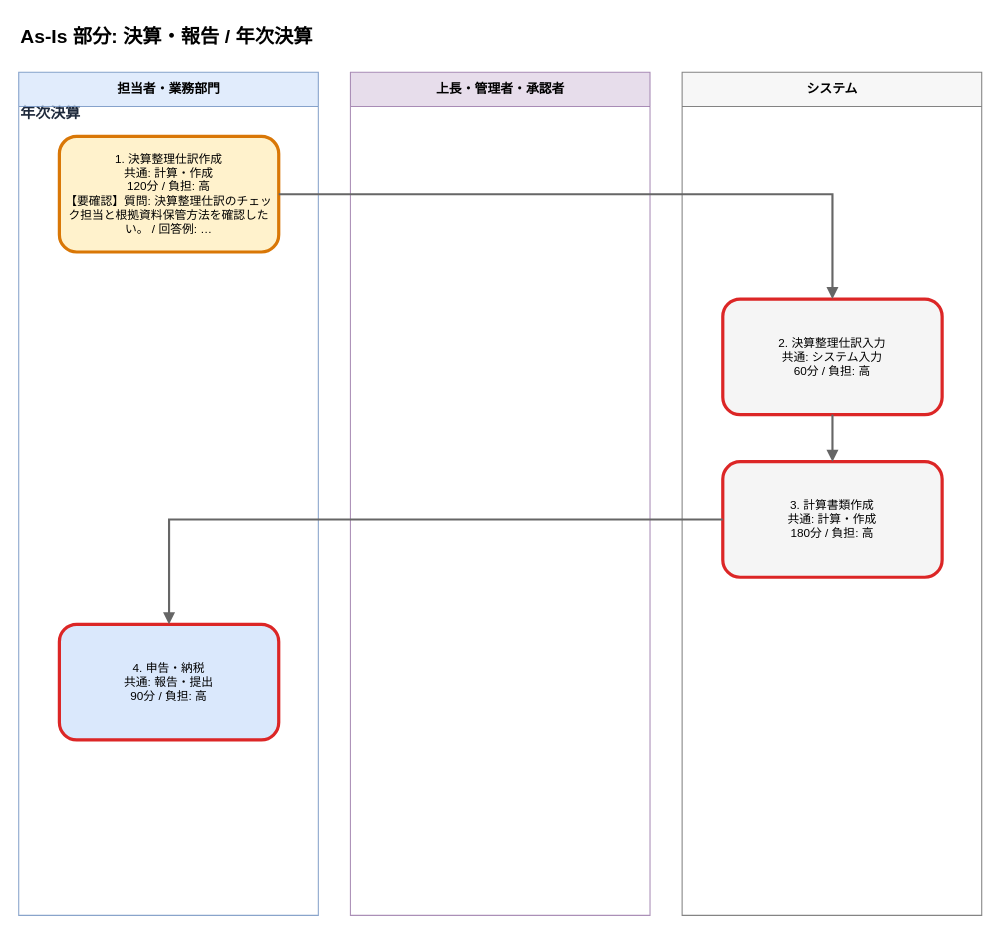
The draw.io diagram output/flows/asis_決算_報告__年次決算_20260608.drawio in Toshiki811/ai-business-analysis-heatmap, before the edit. Source tidied: cells renumbered, new cells numbered last; positions are measured from the earlier drawing's top-left corner, leaving out a move shared by most shapes. Both pictures are drawn from the tidied source at 107%, with x=0, y=0 at pixel (18, 18).
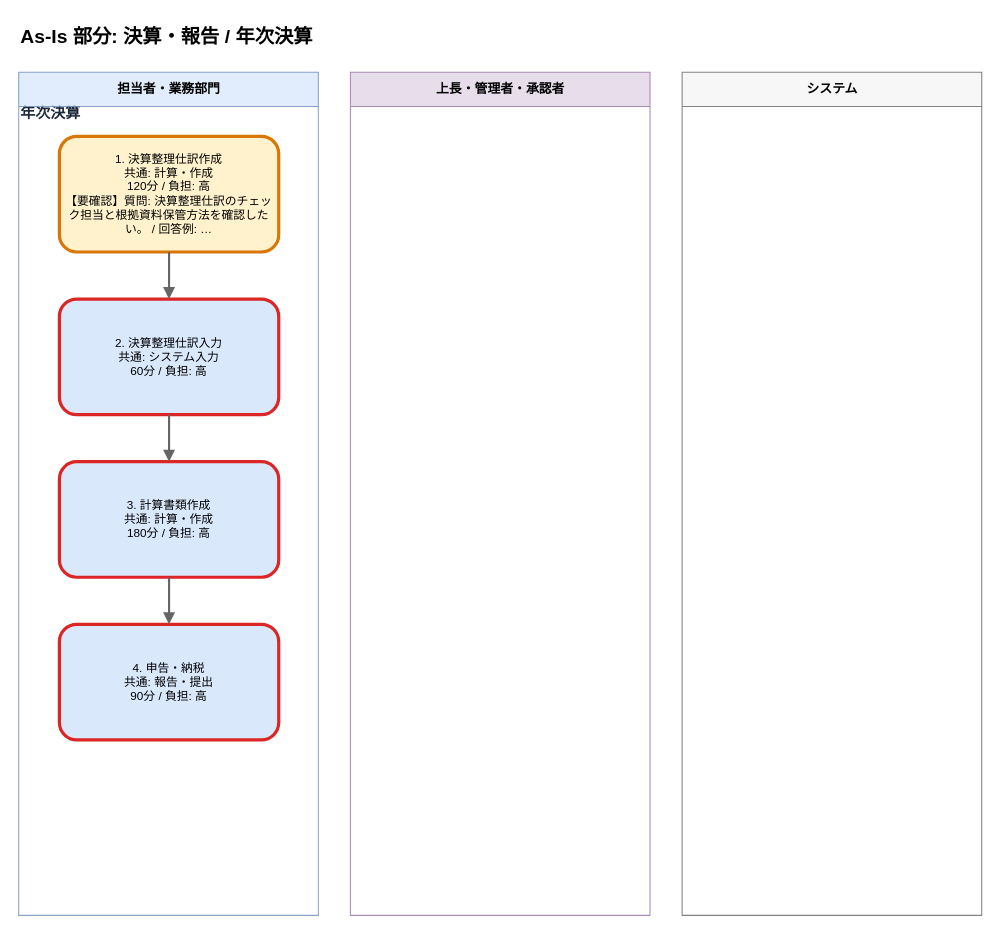
Above is the later version.

Change to the diagram source:
```diff
@@
 <mxGraphModel>
   <root>
     <mxCell id="0" />
     <mxCell id="1" parent="0" />
     <mxCell id="2" value="年次決算" style="text;html=1;strokeColor=none;fillColor=none;align=left;verticalAlign=middle;whiteSpace=wrap;fontSize=14;fontStyle=1;fontColor=#1e293b;" parent="1" vertex="1">
       <mxGeometry y="76" width="860" height="24" as="geometry" />
     </mxCell>
     <mxCell id="3" value="As-Is 部分: 決算・報告 / 年次決算" style="text;html=1;strokeColor=none;fillColor=none;align=left;fontSize=18;fontStyle=1;" parent="1" vertex="1">
       <mxGeometry width="880" height="30" as="geometry" />
     </mxCell>
     <mxCell id="4" value="担当者・業務部門" style="swimlane;horizontal=1;startSize=32;html=1;fillColor=#dae8fc;strokeColor=#6c8ebf;fontSize=12;fontStyle=1;opacity=80;" parent="1" vertex="1">
       <mxGeometry y="50" width="280" height="788" as="geometry" />
     </mxCell>
     <mxCell id="5" value="上長・管理者・承認者" style="swimlane;horizontal=1;startSize=32;html=1;fillColor=#e1d5e7;strokeColor=#9673a6;fontSize=12;fontStyle=1;opacity=80;" parent="1" vertex="1">
       <mxGeometry x="310" y="50" width="280" height="788" as="geometry" />
     </mxCell>
     <mxCell id="6" value="システム" style="swimlane;horizontal=1;startSize=32;html=1;fillColor=#f5f5f5;strokeColor=#666666;fontSize=12;fontStyle=1;opacity=80;" parent="1" vertex="1">
       <mxGeometry x="620" y="50" width="280" height="788" as="geometry" />
     </mxCell>
     <mxCell id="7" value="1. 決算整理仕訳作成&#10;共通: 計算・作成&#10;120分 / 負担: 高&#10;【要確認】質問: 決算整理仕訳のチェック担当と根拠資料保管方法を確認したい。 / 回答例: …" style="rounded=1;whiteSpace=wrap;html=1;fillColor=#fff2cc;strokeColor=#d97706;strokeWidth=3;fontSize=11;fontColor=#000000;" parent="1" vertex="1">
       <mxGeometry x="38" y="110" width="205" height="108" as="geometry" />
     </mxCell>
-    <mxCell id="8" value="2. 決算整理仕訳入力&#10;共通: システム入力&#10;60分 / 負担: 高" style="rounded=1;whiteSpace=wrap;html=1;fillColor=#f5f5f5;strokeColor=#dc2626;strokeWidth=3;fontSize=11;fontColor=#000000;" parent="1" vertex="1">
-      <mxGeometry x="658" y="262" width="205" height="108" as="geometry" />
+    <mxCell id="8" value="2. 決算整理仕訳入力&#10;共通: システム入力&#10;60分 / 負担: 高" style="rounded=1;whiteSpace=wrap;html=1;fillColor=#dae8fc;strokeColor=#dc2626;strokeWidth=3;fontSize=11;fontColor=#000000;" parent="1" vertex="1">
+      <mxGeometry x="38" y="262" width="205" height="108" as="geometry" />
     </mxCell>
-    <mxCell id="9" value="3. 計算書類作成&#10;共通: 計算・作成&#10;180分 / 負担: 高" style="rounded=1;whiteSpace=wrap;html=1;fillColor=#f5f5f5;strokeColor=#dc2626;strokeWidth=3;fontSize=11;fontColor=#000000;" parent="1" vertex="1">
-      <mxGeometry x="658" y="414" width="205" height="108" as="geometry" />
+    <mxCell id="9" value="3. 計算書類作成&#10;共通: 計算・作成&#10;180分 / 負担: 高" style="rounded=1;whiteSpace=wrap;html=1;fillColor=#dae8fc;strokeColor=#dc2626;strokeWidth=3;fontSize=11;fontColor=#000000;" parent="1" vertex="1">
+      <mxGeometry x="38" y="414" width="205" height="108" as="geometry" />
     </mxCell>
     <mxCell id="10" value="4. 申告・納税&#10;共通: 報告・提出&#10;90分 / 負担: 高" style="rounded=1;whiteSpace=wrap;html=1;fillColor=#dae8fc;strokeColor=#dc2626;strokeWidth=3;fontSize=11;fontColor=#000000;" parent="1" vertex="1">
       <mxGeometry x="38" y="566" width="205" height="108" as="geometry" />
     </mxCell>
     <mxCell id="11" style="edgeStyle=orthogonalEdgeStyle;rounded=0;html=1;strokeColor=#666666;strokeWidth=2;endArrow=block;endFill=1;fontSize=11;fontColor=#1f2937;" parent="1" edge="1" source="7" target="8">
       <mxGeometry relative="1" as="geometry" />
     </mxCell>
     <mxCell id="12" style="edgeStyle=orthogonalEdgeStyle;rounded=0;html=1;strokeColor=#666666;strokeWidth=2;endArrow=block;endFill=1;fontSize=11;fontColor=#1f2937;" parent="1" edge="1" source="8" target="9">
       <mxGeometry relative="1" as="geometry" />
     </mxCell>
     <mxCell id="13" style="edgeStyle=orthogonalEdgeStyle;rounded=0;html=1;strokeColor=#666666;strokeWidth=2;endArrow=block;endFill=1;fontSize=11;fontColor=#1f2937;" parent="1" edge="1" source="9" target="10">
       <mxGeometry relative="1" as="geometry" />
     </mxCell>
   </root>
 </mxGraphModel>
```
